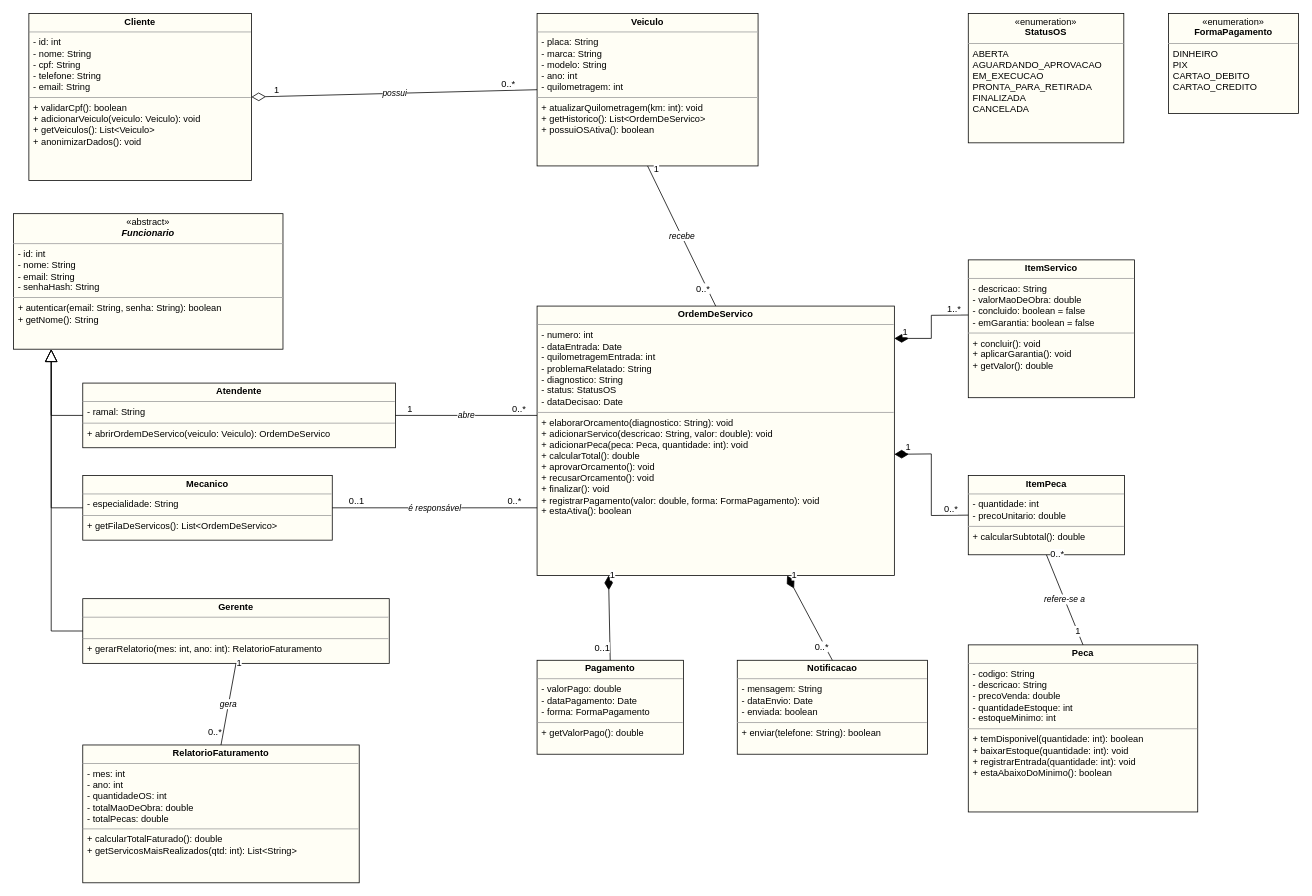
ulyssesgoesbueno-blip/mecagest keeps this draw.io diagram as docs/diagramas/classes.drawio. Above is the earlier version. Source tidied: cells renumbered, new cells numbered last; positions are measured from the earlier drawing's top-left corner, leaving out a move shared by most shapes. Both pictures are drawn from the tidied source at 77%, with x=0, y=0 at pixel (13, 13).
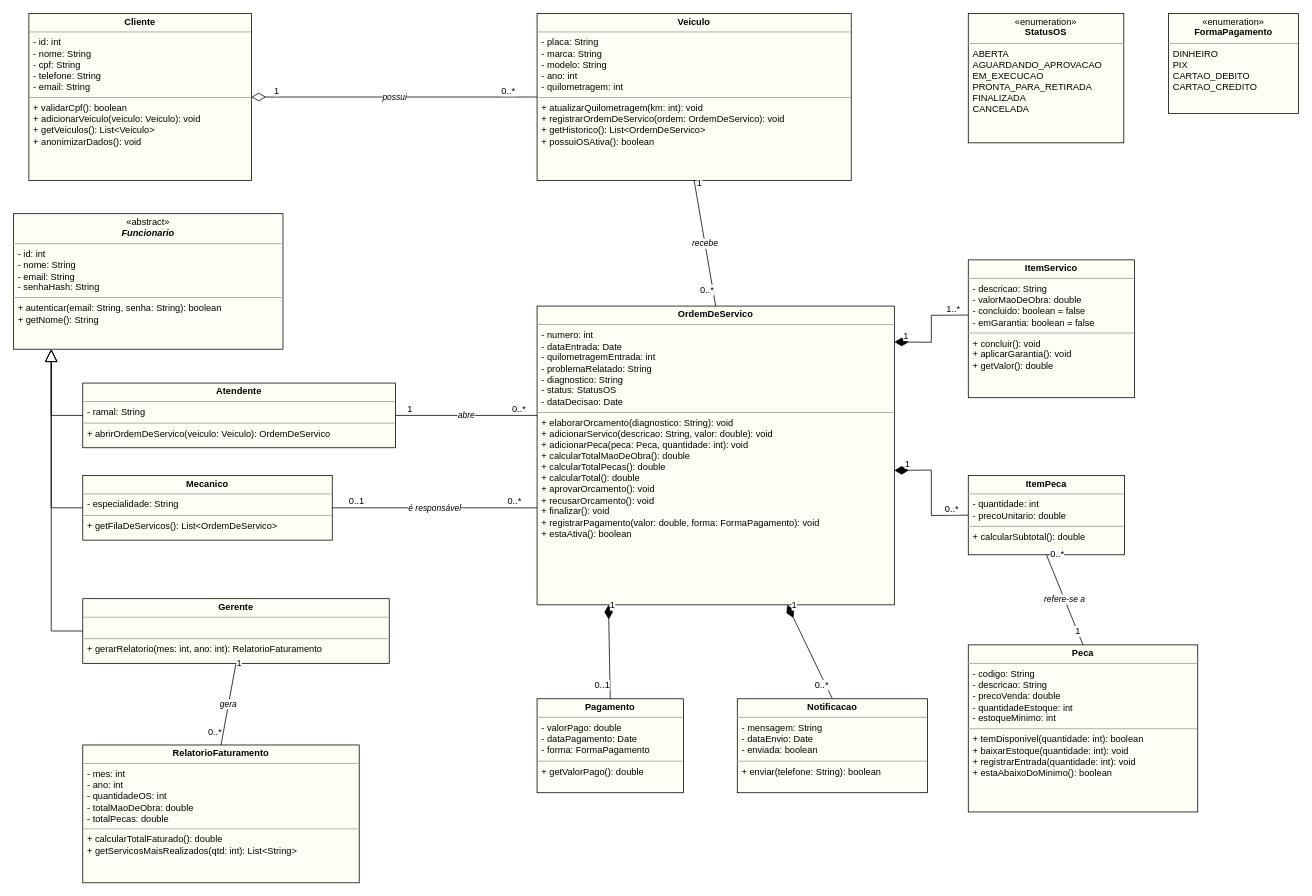
After the change.

Commit message (it also covers changes not shown here):
docs: atualiza diagrama de classes com métodos de totais da OS

Claude-Session: https://claude.ai/code/session_0128xw2GcSyfk9r3eftFyBrL

The change refers to these unchanged cells:
```xml
<mxCell id="7" value="&lt;p style=&quot;margin:0;margin-top:4px;text-align:center;&quot;&gt;&lt;b&gt;Atendente&lt;/b&gt;&lt;/p&gt;&lt;hr size=&quot;1&quot;&gt;&lt;p style=&quot;margin:0;margin-left:6px;&quot;&gt;- ramal: String&lt;/p&gt;&lt;hr size=&quot;1&quot;&gt;&lt;p style=&quot;margin:0;margin-left:6px;&quot;&gt;+ abrirOrdemDeServico(veiculo: Veiculo): OrdemDeServico&lt;/p&gt;" style="verticalAlign=top;align=left;overflow=fill;html=1;whiteSpace=wrap;fontSize=12;fillColor=#fffef5;" parent="1" vertex="1">
  <mxGeometry x="90" y="480" width="406" height="84" as="geometry" />
</mxCell>
<mxCell id="8" value="&lt;p style=&quot;margin:0;margin-top:4px;text-align:center;&quot;&gt;&lt;b&gt;Mecanico&lt;/b&gt;&lt;/p&gt;&lt;hr size=&quot;1&quot;&gt;&lt;p style=&quot;margin:0;margin-left:6px;&quot;&gt;- especialidade: String&lt;/p&gt;&lt;hr size=&quot;1&quot;&gt;&lt;p style=&quot;margin:0;margin-left:6px;&quot;&gt;+ getFilaDeServicos(): List&amp;lt;OrdemDeServico&amp;gt;&lt;/p&gt;" style="verticalAlign=top;align=left;overflow=fill;html=1;whiteSpace=wrap;fontSize=12;fillColor=#fffef5;" parent="1" vertex="1">
  <mxGeometry x="90" y="600" width="324" height="84" as="geometry" />
</mxCell>
<mxCell id="11" value="&lt;p style=&quot;margin:0;margin-top:4px;text-align:center;&quot;&gt;&lt;b&gt;ItemServico&lt;/b&gt;&lt;/p&gt;&lt;hr size=&quot;1&quot;&gt;&lt;p style=&quot;margin:0;margin-left:6px;&quot;&gt;- descricao: String&lt;br&gt;- valorMaoDeObra: double&lt;br&gt;- concluido: boolean = false&lt;br&gt;- emGarantia: boolean = false&lt;/p&gt;&lt;hr size=&quot;1&quot;&gt;&lt;p style=&quot;margin:0;margin-left:6px;&quot;&gt;+ concluir(): void&lt;br&gt;+ aplicarGarantia(): void&lt;br&gt;+ getValor(): double&lt;/p&gt;" style="verticalAlign=top;align=left;overflow=fill;html=1;whiteSpace=wrap;fontSize=12;fillColor=#fffef5;" parent="1" vertex="1">
  <mxGeometry x="1240" y="320" width="216" height="179" as="geometry" />
</mxCell>
<mxCell id="12" value="&lt;p style=&quot;margin:0;margin-top:4px;text-align:center;&quot;&gt;&lt;b&gt;ItemPeca&lt;/b&gt;&lt;/p&gt;&lt;hr size=&quot;1&quot;&gt;&lt;p style=&quot;margin:0;margin-left:6px;&quot;&gt;- quantidade: int&lt;br&gt;- precoUnitario: double&lt;/p&gt;&lt;hr size=&quot;1&quot;&gt;&lt;p style=&quot;margin:0;margin-left:6px;&quot;&gt;+ calcularSubtotal(): double&lt;/p&gt;" style="verticalAlign=top;align=left;overflow=fill;html=1;whiteSpace=wrap;fontSize=12;fillColor=#fffef5;" parent="1" vertex="1">
  <mxGeometry x="1240" y="600" width="203" height="103" as="geometry" />
</mxCell>
```

Diff of the diagram source:
```diff
@@
-    <mxCell id="3" value="&lt;p style=&quot;margin:0;margin-top:4px;text-align:center;&quot;&gt;&lt;b&gt;Veiculo&lt;/b&gt;&lt;/p&gt;&lt;hr size=&quot;1&quot;&gt;&lt;p style=&quot;margin:0;margin-left:6px;&quot;&gt;- placa: String&lt;br&gt;- marca: String&lt;br&gt;- modelo: String&lt;br&gt;- ano: int&lt;br&gt;- quilometragem: int&lt;/p&gt;&lt;hr size=&quot;1&quot;&gt;&lt;p style=&quot;margin:0;margin-left:6px;&quot;&gt;+ atualizarQuilometragem(km: int): void&lt;br&gt;+ getHistorico(): List&amp;lt;OrdemDeServico&amp;gt;&lt;br&gt;+ possuiOSAtiva(): boolean&lt;/p&gt;" style="verticalAlign=top;align=left;overflow=fill;html=1;whiteSpace=wrap;fontSize=12;fillColor=#fffef5;" parent="1" vertex="1">
-      <mxGeometry x="680" width="287" height="198" as="geometry" />
+    <mxCell id="3" value="&lt;p style=&quot;margin:0;margin-top:4px;text-align:center;&quot;&gt;&lt;b&gt;Veiculo&lt;/b&gt;&lt;/p&gt;&lt;hr size=&quot;1&quot;&gt;&lt;p style=&quot;margin:0;margin-left:6px;&quot;&gt;- placa: String&lt;br&gt;- marca: String&lt;br&gt;- modelo: String&lt;br&gt;- ano: int&lt;br&gt;- quilometragem: int&lt;/p&gt;&lt;hr size=&quot;1&quot;&gt;&lt;p style=&quot;margin:0;margin-left:6px;&quot;&gt;+ atualizarQuilometragem(km: int): void&lt;br&gt;+ registrarOrdemDeServico(ordem: OrdemDeServico): void&lt;br&gt;+ getHistorico(): List&amp;lt;OrdemDeServico&amp;gt;&lt;br&gt;+ possuiOSAtiva(): boolean&lt;/p&gt;" style="verticalAlign=top;align=left;overflow=fill;html=1;whiteSpace=wrap;fontSize=12;fillColor=#fffef5;" parent="1" vertex="1">
+      <mxGeometry x="680" width="408" height="217" as="geometry" />
     </mxCell>
@@
-    <mxCell id="10" value="&lt;p style=&quot;margin:0;margin-top:4px;text-align:center;&quot;&gt;&lt;b&gt;OrdemDeServico&lt;/b&gt;&lt;/p&gt;&lt;hr size=&quot;1&quot;&gt;&lt;p style=&quot;margin:0;margin-left:6px;&quot;&gt;- numero: int&lt;br&gt;- dataEntrada: Date&lt;br&gt;- quilometragemEntrada: int&lt;br&gt;- problemaRelatado: String&lt;br&gt;- diagnostico: String&lt;br&gt;- status: StatusOS&lt;br&gt;- dataDecisao: Date&lt;/p&gt;&lt;hr size=&quot;1&quot;&gt;&lt;p style=&quot;margin:0;margin-left:6px;&quot;&gt;+ elaborarOrcamento(diagnostico: String): void&lt;br&gt;+ adicionarServico(descricao: String, valor: double): void&lt;br&gt;+ adicionarPeca(peca: Peca, quantidade: int): void&lt;br&gt;+ calcularTotal(): double&lt;br&gt;+ aprovarOrcamento(): void&lt;br&gt;+ recusarOrcamento(): void&lt;br&gt;+ finalizar(): void&lt;br&gt;+ registrarPagamento(valor: double, forma: FormaPagamento): void&lt;br&gt;+ estaAtiva(): boolean&lt;/p&gt;" style="verticalAlign=top;align=left;overflow=fill;html=1;whiteSpace=wrap;fontSize=12;fillColor=#fffef5;" parent="1" vertex="1">
-      <mxGeometry x="680" y="380" width="464" height="350" as="geometry" />
+    <mxCell id="10" value="&lt;p style=&quot;margin:0;margin-top:4px;text-align:center;&quot;&gt;&lt;b&gt;OrdemDeServico&lt;/b&gt;&lt;/p&gt;&lt;hr size=&quot;1&quot;&gt;&lt;p style=&quot;margin:0;margin-left:6px;&quot;&gt;- numero: int&lt;br&gt;- dataEntrada: Date&lt;br&gt;- quilometragemEntrada: int&lt;br&gt;- problemaRelatado: String&lt;br&gt;- diagnostico: String&lt;br&gt;- status: StatusOS&lt;br&gt;- dataDecisao: Date&lt;/p&gt;&lt;hr size=&quot;1&quot;&gt;&lt;p style=&quot;margin:0;margin-left:6px;&quot;&gt;+ elaborarOrcamento(diagnostico: String): void&lt;br&gt;+ adicionarServico(descricao: String, valor: double): void&lt;br&gt;+ adicionarPeca(peca: Peca, quantidade: int): void&lt;br&gt;+ calcularTotalMaoDeObra(): double&lt;br&gt;+ calcularTotalPecas(): double&lt;br&gt;+ calcularTotal(): double&lt;br&gt;+ aprovarOrcamento(): void&lt;br&gt;+ recusarOrcamento(): void&lt;br&gt;+ finalizar(): void&lt;br&gt;+ registrarPagamento(valor: double, forma: FormaPagamento): void&lt;br&gt;+ estaAtiva(): boolean&lt;/p&gt;" style="verticalAlign=top;align=left;overflow=fill;html=1;whiteSpace=wrap;fontSize=12;fillColor=#fffef5;" parent="1" vertex="1">
+      <mxGeometry x="680" y="380" width="464" height="388" as="geometry" />
     </mxCell>
@@
     <mxCell id="14" value="&lt;p style=&quot;margin:0;margin-top:4px;text-align:center;&quot;&gt;&lt;b&gt;Pagamento&lt;/b&gt;&lt;/p&gt;&lt;hr size=&quot;1&quot;&gt;&lt;p style=&quot;margin:0;margin-left:6px;&quot;&gt;- valorPago: double&lt;br&gt;- dataPagamento: Date&lt;br&gt;- forma: FormaPagamento&lt;/p&gt;&lt;hr size=&quot;1&quot;&gt;&lt;p style=&quot;margin:0;margin-left:6px;&quot;&gt;+ getValorPago(): double&lt;/p&gt;" style="verticalAlign=top;align=left;overflow=fill;html=1;whiteSpace=wrap;fontSize=12;fillColor=#fffef5;" parent="1" vertex="1">
-      <mxGeometry x="680" y="840" width="190" height="122" as="geometry" />
+      <mxGeometry x="680" y="890" width="190" height="122" as="geometry" />
     </mxCell>
     <mxCell id="15" value="&lt;p style=&quot;margin:0;margin-top:4px;text-align:center;&quot;&gt;&lt;b&gt;Notificacao&lt;/b&gt;&lt;/p&gt;&lt;hr size=&quot;1&quot;&gt;&lt;p style=&quot;margin:0;margin-left:6px;&quot;&gt;- mensagem: String&lt;br&gt;- dataEnvio: Date&lt;br&gt;- enviada: boolean&lt;/p&gt;&lt;hr size=&quot;1&quot;&gt;&lt;p style=&quot;margin:0;margin-left:6px;&quot;&gt;+ enviar(telefone: String): boolean&lt;/p&gt;" style="verticalAlign=top;align=left;overflow=fill;html=1;whiteSpace=wrap;fontSize=12;fillColor=#fffef5;" parent="1" vertex="1">
-      <mxGeometry x="940" y="840" width="247" height="122" as="geometry" />
+      <mxGeometry x="940" y="890" width="247" height="122" as="geometry" />
     </mxCell>
@@
-    <mxCell id="26" value="abre" style="endArrow=none;html=1;rounded=0;exitX=1;exitY=0.5;exitDx=0;exitDy=0;entryX=0;entryY=0.4057;entryDx=0;entryDy=0;fontStyle=2;" parent="1" edge="1" source="7" target="10">
+    <mxCell id="26" value="abre" style="endArrow=none;html=1;rounded=0;exitX=1;exitY=0.5;exitDx=0;exitDy=0;entryX=0;entryY=0.366;entryDx=0;entryDy=0;fontStyle=2;" parent="1" edge="1" source="7" target="10">
       <mxGeometry relative="1" as="geometry" />
     </mxCell>
@@
-    <mxCell id="29" value="é responsável" style="endArrow=none;html=1;rounded=0;exitX=1;exitY=0.5;exitDx=0;exitDy=0;entryX=0;entryY=0.7486;entryDx=0;entryDy=0;fontStyle=2;" parent="1" edge="1" source="8" target="10">
+    <mxCell id="29" value="é responsável" style="endArrow=none;html=1;rounded=0;exitX=1;exitY=0.5;exitDx=0;exitDy=0;entryX=0;entryY=0.6753;entryDx=0;entryDy=0;fontStyle=2;" parent="1" edge="1" source="8" target="10">
       <mxGeometry relative="1" as="geometry" />
     </mxCell>
@@
     <mxCell id="32" style="endArrow=none;startArrow=diamondThin;startFill=1;startSize=16;html=1;rounded=0;exitX=1;exitY=0.12;exitDx=0;exitDy=0;entryX=0;entryY=0.4;entryDx=0;entryDy=0;fontStyle=2;" parent="1" edge="1" source="10" target="11">
       <mxGeometry relative="1" as="geometry">
         <Array as="points">
-          <mxPoint x="1192" y="422" />
+          <mxPoint x="1192" y="427" />
           <mxPoint x="1192" y="392" />
         </Array>
       </mxGeometry>
     </mxCell>
@@
     <mxCell id="35" style="endArrow=none;startArrow=diamondThin;startFill=1;startSize=16;html=1;rounded=0;exitX=1;exitY=0.55;exitDx=0;exitDy=0;entryX=0;entryY=0.5;entryDx=0;entryDy=0;fontStyle=2;" parent="1" edge="1" source="10" target="12">
       <mxGeometry relative="1" as="geometry">
         <Array as="points">
-          <mxPoint x="1192" y="572" />
+          <mxPoint x="1192" y="593" />
           <mxPoint x="1192" y="652" />
         </Array>
       </mxGeometry>
     </mxCell>
```
